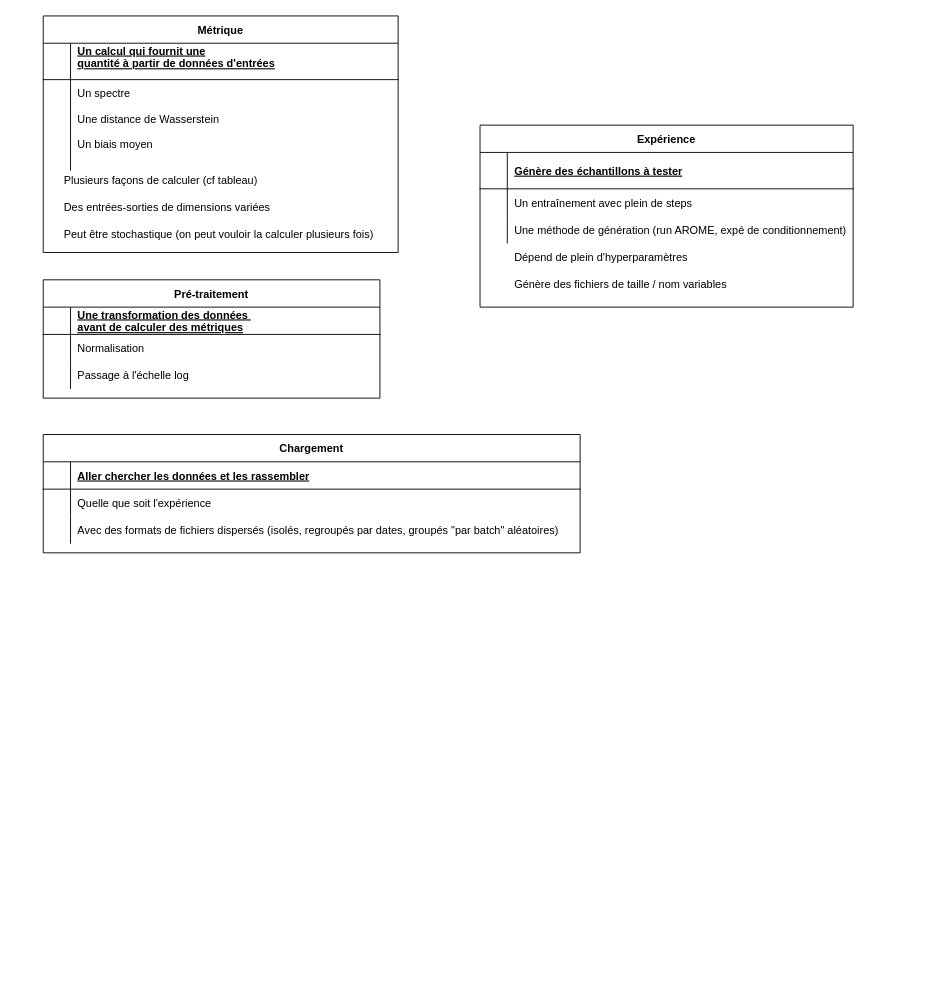
flyIchtus/score_crawl keeps this draw.io diagram as schemas_score_crawl.drawio. Above is the earlier version. Source tidied: cells renumbered, new cells numbered last; positions are measured from the earlier drawing's top-left corner, leaving out a move shared by most shapes. Both pictures are drawn from the tidied source at 91%, with x=0, y=0 at pixel (43, 15).
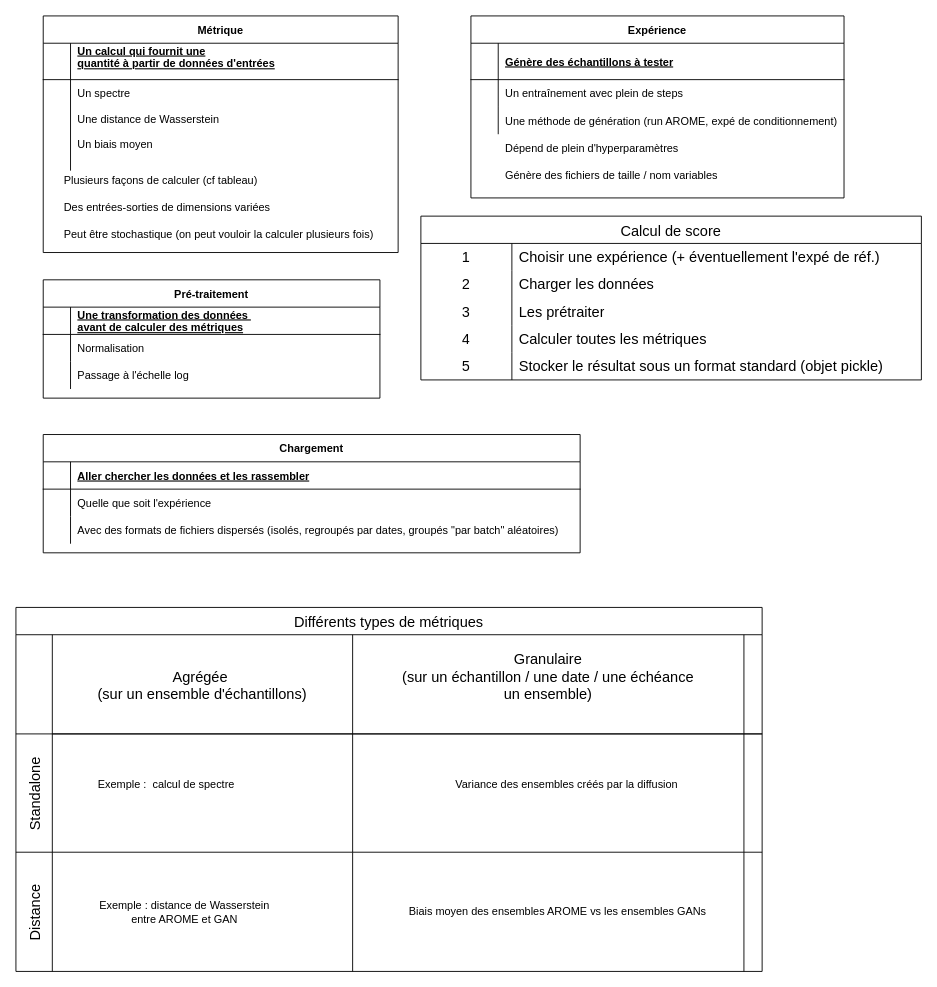
The same page after the edit.

Commit message (it also covers changes not shown here):
Mettre à jour schemas_score_crawl.drawio

Diff of the diagram source:
```diff
@@
     <mxCell id="20" style="group;" parent="1" vertex="1">
-      <mxGeometry x="480" y="120" width="410" height="200" as="geometry" />
+      <mxGeometry x="470" width="410" height="200" as="geometry" />
     </mxCell>
@@
+    <mxCell id="45" value="Différents types de métriques" style="shape=table;childLayout=tableLayout;startSize=30;fontSize=16;" parent="1" vertex="1">
+      <mxGeometry x="-30" y="650" width="820" height="400" as="geometry" />
+    </mxCell>
+    <mxCell id="46" style="shape=tableRow;horizontal=0;swimlaneHead=0;swimlaneBody=0;top=0;left=0;strokeColor=inherit;bottom=0;right=0;fontStyle=0;fillColor=none;startSize=40;fontSize=16;" parent="45" vertex="1">
+      <mxGeometry y="30" width="820" height="109" as="geometry" />
+    </mxCell>
+    <mxCell id="47" value="Agrégée &#10;(sur un ensemble d'échantillons)" style="swimlane;swimlaneHead=0;swimlaneBody=0;fontStyle=0;strokeColor=inherit;fillColor=none;startSize=120;fontSize=16;" parent="46" vertex="1">
+      <mxGeometry x="40" width="330" height="109" as="geometry" />
+    </mxCell>
+    <mxCell id="48" value="Granulaire&#10;(sur un échantillon / une date / une échéance&#10;un ensemble)&#10;" style="swimlane;swimlaneHead=0;swimlaneBody=0;fontStyle=0;strokeColor=inherit;fillColor=none;startSize=120;fontSize=16;" parent="46" vertex="1">
+      <mxGeometry x="370" width="430" height="109" as="geometry" />
+    </mxCell>
+    <mxCell id="49" style="swimlane;swimlaneHead=0;swimlaneBody=0;fontStyle=0;strokeColor=inherit;fillColor=none;startSize=120;fontSize=16;" parent="46" vertex="1">
+      <mxGeometry x="800" width="20" height="109" as="geometry" />
+    </mxCell>
+    <mxCell id="50" value="Standalone" style="shape=tableRow;horizontal=0;swimlaneHead=0;swimlaneBody=0;top=0;left=0;strokeColor=inherit;bottom=0;right=0;fontStyle=0;fillColor=none;startSize=40;fontSize=16;" parent="45" vertex="1">
+      <mxGeometry y="139" width="820" height="130" as="geometry" />
+    </mxCell>
+    <mxCell id="51" style="swimlane;swimlaneHead=0;swimlaneBody=0;fontStyle=0;strokeColor=inherit;fillColor=none;startSize=0;fontSize=16;" parent="50" vertex="1">
+      <mxGeometry x="40" width="330" height="130" as="geometry" />
+    </mxCell>
+    <mxCell id="52" value="Exemple :&amp;nbsp; calcul de spectre" style="text;html=1;align=center;verticalAlign=middle;strokeColor=none;fillColor=none;" parent="51" vertex="1">
+      <mxGeometry x="40" y="41" width="170" height="30" as="geometry" />
+    </mxCell>
+    <mxCell id="53" style="swimlane;swimlaneHead=0;swimlaneBody=0;fontStyle=0;strokeColor=inherit;fillColor=none;startSize=0;fontSize=16;" parent="50" vertex="1">
+      <mxGeometry x="370" width="430" height="130" as="geometry" />
+    </mxCell>
+    <mxCell id="54" value="Variance des ensembles créés par la diffusion" style="text;html=1;align=center;verticalAlign=middle;strokeColor=none;fillColor=none;" parent="53" vertex="1">
+      <mxGeometry x="100" y="41" width="270" height="30" as="geometry" />
+    </mxCell>
+    <mxCell id="55" style="swimlane;swimlaneHead=0;swimlaneBody=0;fontStyle=0;strokeColor=inherit;fillColor=none;startSize=0;fontSize=16;" parent="50" vertex="1">
+      <mxGeometry x="800" width="20" height="130" as="geometry" />
+    </mxCell>
+    <mxCell id="56" value="Distance" style="shape=tableRow;horizontal=0;swimlaneHead=0;swimlaneBody=0;top=0;left=0;strokeColor=inherit;bottom=0;right=0;fontStyle=0;fillColor=none;startSize=40;fontSize=16;" parent="45" vertex="1">
+      <mxGeometry y="269" width="820" height="131" as="geometry" />
+    </mxCell>
+    <mxCell id="57" style="swimlane;swimlaneHead=0;swimlaneBody=0;fontStyle=0;strokeColor=inherit;fillColor=none;startSize=0;fontSize=16;" parent="56" vertex="1">
+      <mxGeometry x="40" width="330" height="131" as="geometry" />
+    </mxCell>
+    <mxCell id="58" value="&lt;div&gt;Exemple : distance de Wasserstein&lt;/div&gt;entre AROME et GAN" style="text;html=1;align=center;verticalAlign=middle;strokeColor=none;fillColor=none;" parent="57" vertex="1">
+      <mxGeometry x="40" y="45.5" width="210" height="40" as="geometry" />
+    </mxCell>
+    <mxCell id="59" style="swimlane;swimlaneHead=0;swimlaneBody=0;fontStyle=0;strokeColor=inherit;fillColor=none;startSize=0;fontSize=16;" parent="56" vertex="1">
+      <mxGeometry x="370" width="430" height="131" as="geometry" />
+    </mxCell>
+    <mxCell id="60" value="Biais moyen des ensembles AROME vs les ensembles GANs" style="text;html=1;align=center;verticalAlign=middle;strokeColor=none;fillColor=none;" parent="59" vertex="1">
+      <mxGeometry x="50" y="50.5" width="350" height="30" as="geometry" />
+    </mxCell>
+    <mxCell id="61" style="swimlane;swimlaneHead=0;swimlaneBody=0;fontStyle=0;strokeColor=inherit;fillColor=none;startSize=0;fontSize=16;" parent="56" vertex="1">
+      <mxGeometry x="800" width="20" height="131" as="geometry" />
+    </mxCell>
+    <mxCell id="62" value="Calcul de score" style="shape=table;startSize=30;childLayout=tableLayout;rowLines=0;fontStyle=0;strokeColor=default;fontSize=16;" parent="1" vertex="1">
+      <mxGeometry x="415" y="220" width="550" height="180" as="geometry" />
+    </mxCell>
+    <mxCell id="63" style="shape=tableRow;horizontal=0;startSize=0;swimlaneHead=0;swimlaneBody=0;top=0;left=0;bottom=0;right=0;fillColor=none;strokeColor=inherit;fontSize=16;" parent="62" vertex="1">
+      <mxGeometry y="30" width="550" height="30" as="geometry" />
+    </mxCell>
+    <mxCell id="64" value="1" style="shape=partialRectangle;html=1;whiteSpace=wrap;fillColor=none;top=0;left=0;bottom=0;right=0;overflow=hidden;strokeColor=inherit;fontSize=16;" parent="63" vertex="1">
+      <mxGeometry width="100" height="30" as="geometry" />
+    </mxCell>
+    <mxCell id="65" value="Choisir une expérience (+ éventuellement l'expé de réf.)" style="shape=partialRectangle;html=1;whiteSpace=wrap;fillColor=none;top=0;left=0;bottom=0;right=0;align=left;spacingLeft=6;overflow=hidden;strokeColor=inherit;fontSize=16;" parent="63" vertex="1">
+      <mxGeometry x="100" width="450" height="30" as="geometry" />
+    </mxCell>
+    <mxCell id="66" style="shape=tableRow;horizontal=0;startSize=0;swimlaneHead=0;swimlaneBody=0;top=0;left=0;bottom=0;right=0;fillColor=none;strokeColor=inherit;fontSize=16;" parent="62" vertex="1">
+      <mxGeometry y="60" width="550" height="30" as="geometry" />
+    </mxCell>
+    <mxCell id="67" value="2" style="shape=partialRectangle;html=1;whiteSpace=wrap;fillColor=none;top=0;left=0;bottom=0;right=0;overflow=hidden;strokeColor=inherit;fontSize=16;" parent="66" vertex="1">
+      <mxGeometry width="100" height="30" as="geometry" />
+    </mxCell>
+    <mxCell id="68" value="Charger les données" style="shape=partialRectangle;html=1;whiteSpace=wrap;fillColor=none;top=0;left=0;bottom=0;right=0;align=left;spacingLeft=6;overflow=hidden;strokeColor=inherit;fontSize=16;" parent="66" vertex="1">
+      <mxGeometry x="100" width="450" height="30" as="geometry" />
+    </mxCell>
+    <mxCell id="69" style="shape=tableRow;horizontal=0;startSize=0;swimlaneHead=0;swimlaneBody=0;top=0;left=0;bottom=0;right=0;fillColor=none;strokeColor=inherit;fontSize=16;" parent="62" vertex="1">
+      <mxGeometry y="90" width="550" height="30" as="geometry" />
+    </mxCell>
+    <mxCell id="70" value="3" style="shape=partialRectangle;html=1;whiteSpace=wrap;fillColor=none;top=0;left=0;bottom=0;right=0;overflow=hidden;strokeColor=inherit;fontSize=16;" parent="69" vertex="1">
+      <mxGeometry width="100" height="30" as="geometry" />
+    </mxCell>
+    <mxCell id="71" value="Les prétraiter" style="shape=partialRectangle;html=1;whiteSpace=wrap;fillColor=none;top=0;left=0;bottom=0;right=0;align=left;spacingLeft=6;overflow=hidden;strokeColor=inherit;fontSize=16;" parent="69" vertex="1">
+      <mxGeometry x="100" width="450" height="30" as="geometry" />
+    </mxCell>
+    <mxCell id="72" style="shape=tableRow;horizontal=0;startSize=0;swimlaneHead=0;swimlaneBody=0;top=0;left=0;bottom=0;right=0;fillColor=none;strokeColor=inherit;fontSize=16;" parent="62" vertex="1">
+      <mxGeometry y="120" width="550" height="30" as="geometry" />
+    </mxCell>
+    <mxCell id="73" value="4" style="shape=partialRectangle;html=1;whiteSpace=wrap;fillColor=none;top=0;left=0;bottom=0;right=0;overflow=hidden;strokeColor=inherit;fontSize=16;" parent="72" vertex="1">
+      <mxGeometry width="100" height="30" as="geometry" />
+    </mxCell>
+    <mxCell id="74" value="Calculer toutes les métriques" style="shape=partialRectangle;html=1;whiteSpace=wrap;fillColor=none;top=0;left=0;bottom=0;right=0;align=left;spacingLeft=6;overflow=hidden;strokeColor=inherit;fontSize=16;" parent="72" vertex="1">
+      <mxGeometry x="100" width="450" height="30" as="geometry" />
+    </mxCell>
+    <mxCell id="75" style="shape=tableRow;horizontal=0;startSize=0;swimlaneHead=0;swimlaneBody=0;top=0;left=0;bottom=0;right=0;fillColor=none;strokeColor=inherit;fontSize=16;" parent="62" vertex="1">
+      <mxGeometry y="150" width="550" height="30" as="geometry" />
+    </mxCell>
+    <mxCell id="76" value="5" style="shape=partialRectangle;html=1;whiteSpace=wrap;fillColor=none;top=0;left=0;bottom=0;right=0;overflow=hidden;strokeColor=inherit;fontSize=16;" parent="75" vertex="1">
+      <mxGeometry width="100" height="30" as="geometry" />
+    </mxCell>
+    <mxCell id="77" value="Stocker le résultat sous un format standard (objet pickle)" style="shape=partialRectangle;html=1;whiteSpace=wrap;fillColor=none;top=0;left=0;bottom=0;right=0;align=left;spacingLeft=6;overflow=hidden;strokeColor=inherit;fontSize=16;" parent="75" vertex="1">
+      <mxGeometry x="100" width="450" height="30" as="geometry" />
+    </mxCell>
```
